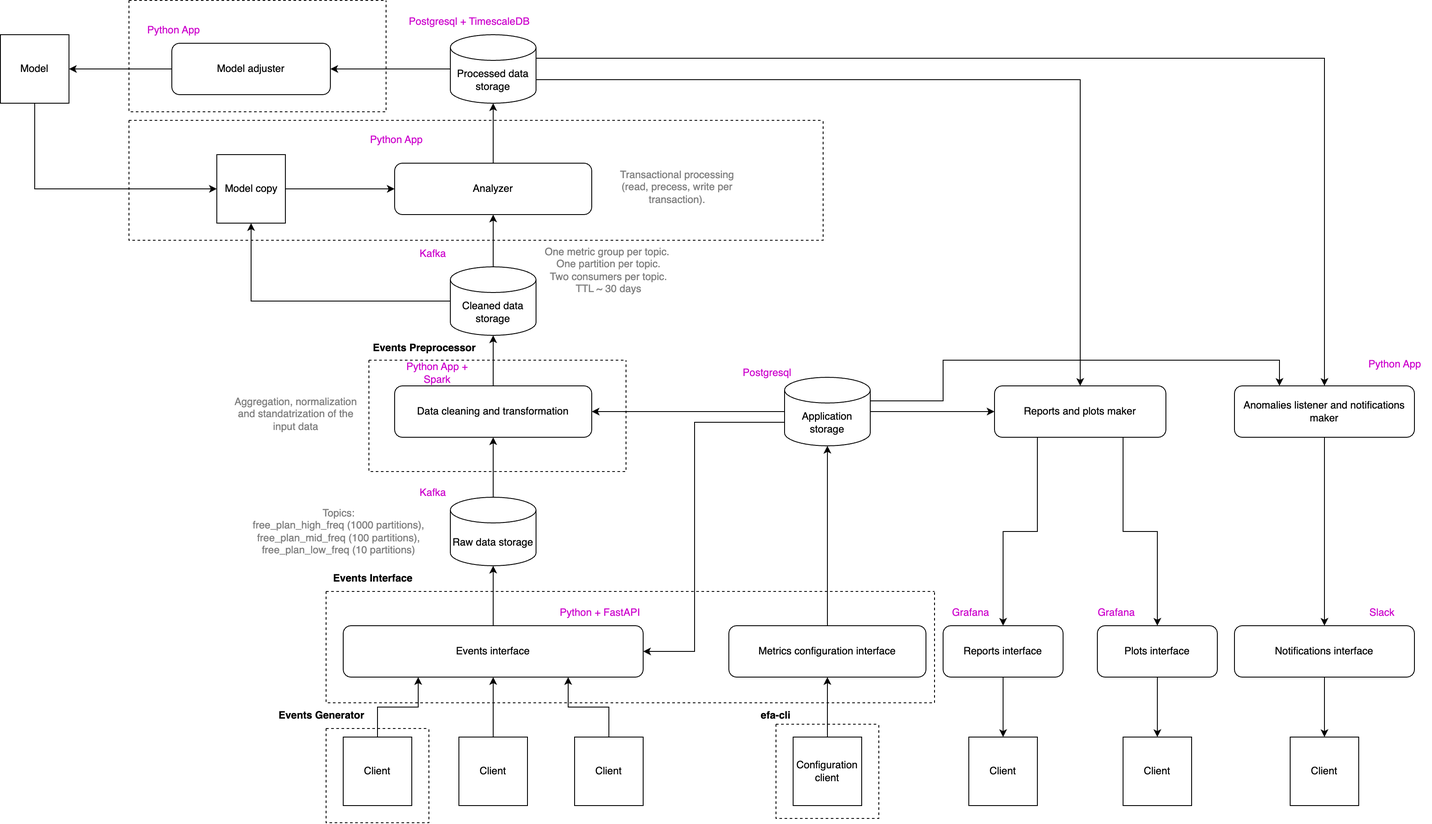
vukolov/events_flow_analyser keeps this draw.io diagram as description/images/basic_structure.png. Above is the earlier version. Source tidied: cells renumbered, new cells last; positions are measured from the earlier drawing's top-left corner, leaving out a move shared by most shapes.
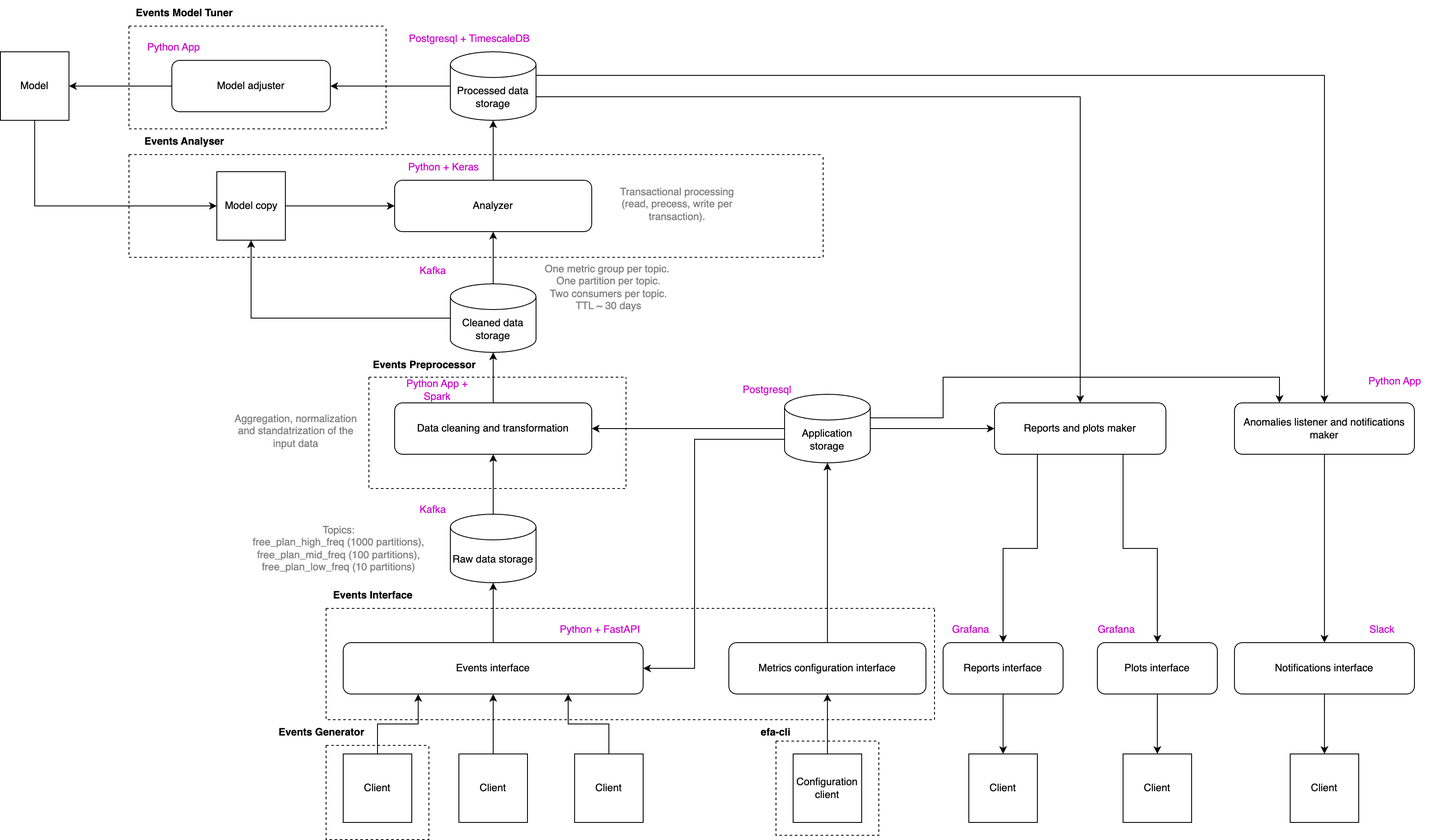
After the change.

Commit message:
added new microservices repos to readme, updated the schema

The edit, as a diff of the source:
```diff
@@ -3,8 +3,11 @@
     <mxCell id="0" />
     <mxCell id="1" parent="0" />
     <mxCell id="2" style="swimlane;startSize=0;dashed=1;" parent="1" vertex="1">
-      <mxGeometry x="150" y="140" width="810" height="140" as="geometry" />
+      <mxGeometry x="150" y="160" width="810" height="120" as="geometry" />
     </mxCell>
+    <mxCell id="58" value="Python + Keras" style="text;html=1;align=center;verticalAlign=middle;whiteSpace=wrap;rounded=0;fontColor=#CC00CC;" parent="2" vertex="1">
+      <mxGeometry x="325" width="85" height="30" as="geometry" />
+    </mxCell>
     <mxCell id="3" style="edgeStyle=orthogonalEdgeStyle;rounded=0;jettySize=auto;html=1;exitX=0.5;exitY=0;exitDx=0;exitDy=0;" parent="1" edge="1" source="4" target="8">
       <mxGeometry relative="1" as="geometry" />
     </mxCell>
@@ -181,9 +184,6 @@
     <mxCell id="57" value="Postgresql" style="text;html=1;align=center;verticalAlign=middle;whiteSpace=wrap;rounded=0;fontColor=#CC00CC;" parent="1" vertex="1">
       <mxGeometry x="865" y="420" width="60" height="30" as="geometry" />
     </mxCell>
-    <mxCell id="58" value="Python App" style="text;html=1;align=center;verticalAlign=middle;whiteSpace=wrap;rounded=0;fontColor=#CC00CC;" parent="1" vertex="1">
-      <mxGeometry x="420" y="147.5" width="85" height="30" as="geometry" />
-    </mxCell>
     <mxCell id="59" value="Python App" style="text;html=1;align=center;verticalAlign=middle;whiteSpace=wrap;rounded=0;fontColor=#CC00CC;" parent="1" vertex="1">
       <mxGeometry x="1585" y="410" width="85" height="30" as="geometry" />
     </mxCell>
@@ -218,7 +218,7 @@
       <mxGeometry x="430" y="391" width="130" height="30" as="geometry" />
     </mxCell>
     <mxCell id="70" style="swimlane;startSize=0;dashed=1;" parent="1" vertex="1">
-      <mxGeometry x="150" width="300" height="130" as="geometry" />
+      <mxGeometry x="150" y="10" width="300" height="120" as="geometry" />
     </mxCell>
     <mxCell id="71" style="swimlane;startSize=0;dashed=1;" parent="1" vertex="1">
       <mxGeometry x="380" y="690" width="710" height="130" as="geometry" />
@@ -241,5 +241,11 @@
     <mxCell id="77" value="efa-cli" style="text;html=1;align=center;verticalAlign=middle;whiteSpace=wrap;rounded=0;fontStyle=1;" parent="1" vertex="1">
       <mxGeometry x="850" y="820" width="110" height="30" as="geometry" />
     </mxCell>
+    <mxCell id="78" value="Events Analyser" style="text;html=1;align=center;verticalAlign=middle;whiteSpace=wrap;rounded=0;fontStyle=1;" parent="1" vertex="1">
+      <mxGeometry x="150" y="130" width="130" height="30" as="geometry" />
+    </mxCell>
+    <mxCell id="79" value="Events Model Tuner" style="text;html=1;align=center;verticalAlign=middle;whiteSpace=wrap;rounded=0;fontStyle=1;" parent="1" vertex="1">
+      <mxGeometry x="150" y="-20" width="130" height="30" as="geometry" />
+    </mxCell>
   </root>
 </mxGraphModel>
```
